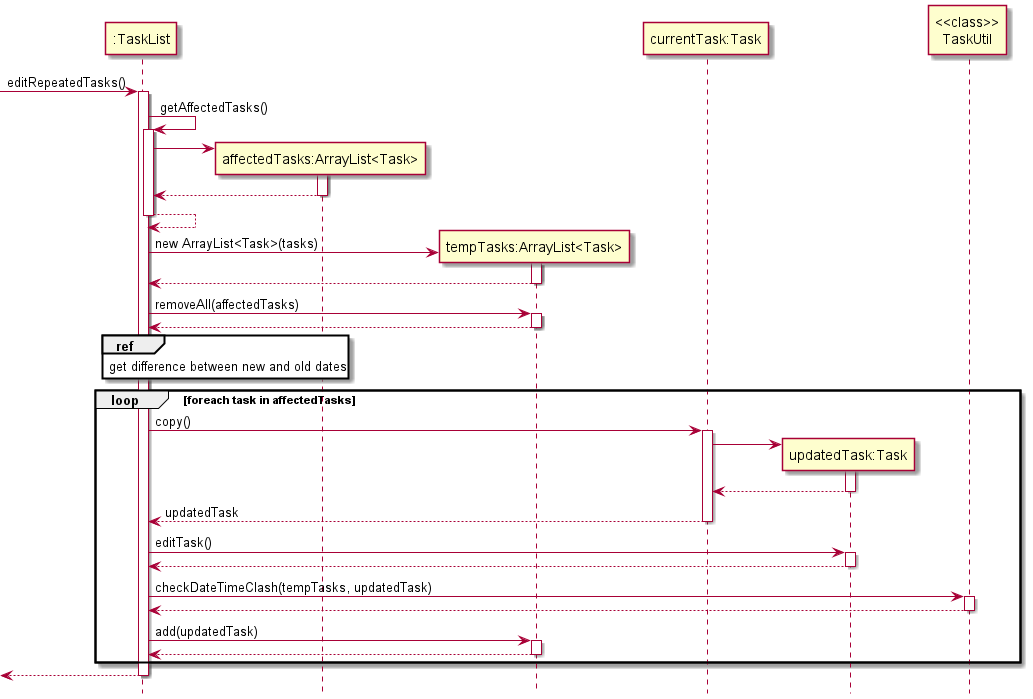
This is docs/images/EditRepeatedTaskSD.png from nus-cs2113-AY2122S2/tp, a PlantUML export, as it was before one commit.
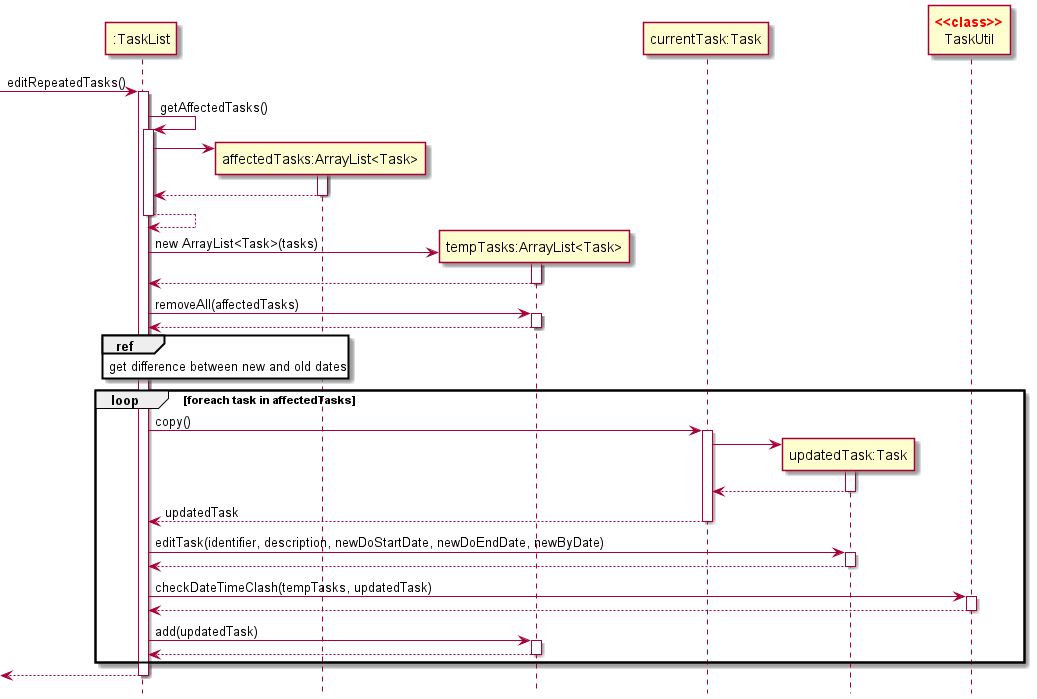
The same file after the commit.

Commit message:
Add color to class tag for sequence diagrams

The edit, as a diff of the source:
```diff
@@ -6,7 +6,7 @@
 participant tempTasks as "tempTasks:ArrayList<Task>"
 participant currentTask as "currentTask:Task"
 participant newTask as "updatedTask:Task"
-participant TaskUtil as "<<class>>\nTaskUtil"
+participant TaskUtil as "<font color=red>**<<class>>**\nTaskUtil"
 
 [-> TaskList ++ : editRepeatedTasks()
 TaskList -> TaskList ++ : getAffectedTasks()
@@ -30,7 +30,7 @@
     currentTask -> newTask ++
     newTask --> currentTask --
     currentTask --> TaskList -- : updatedTask
-    TaskList -> newTask ++ : editTask()
+    TaskList -> newTask ++ : editTask(identifier, description, newDoStartDate, newDoEndDate, newByDate)
     newTask --> TaskList --
     TaskList -> TaskUtil ++ : checkDateTimeClash(tempTasks, updatedTask)
     TaskUtil --> TaskList --
```
